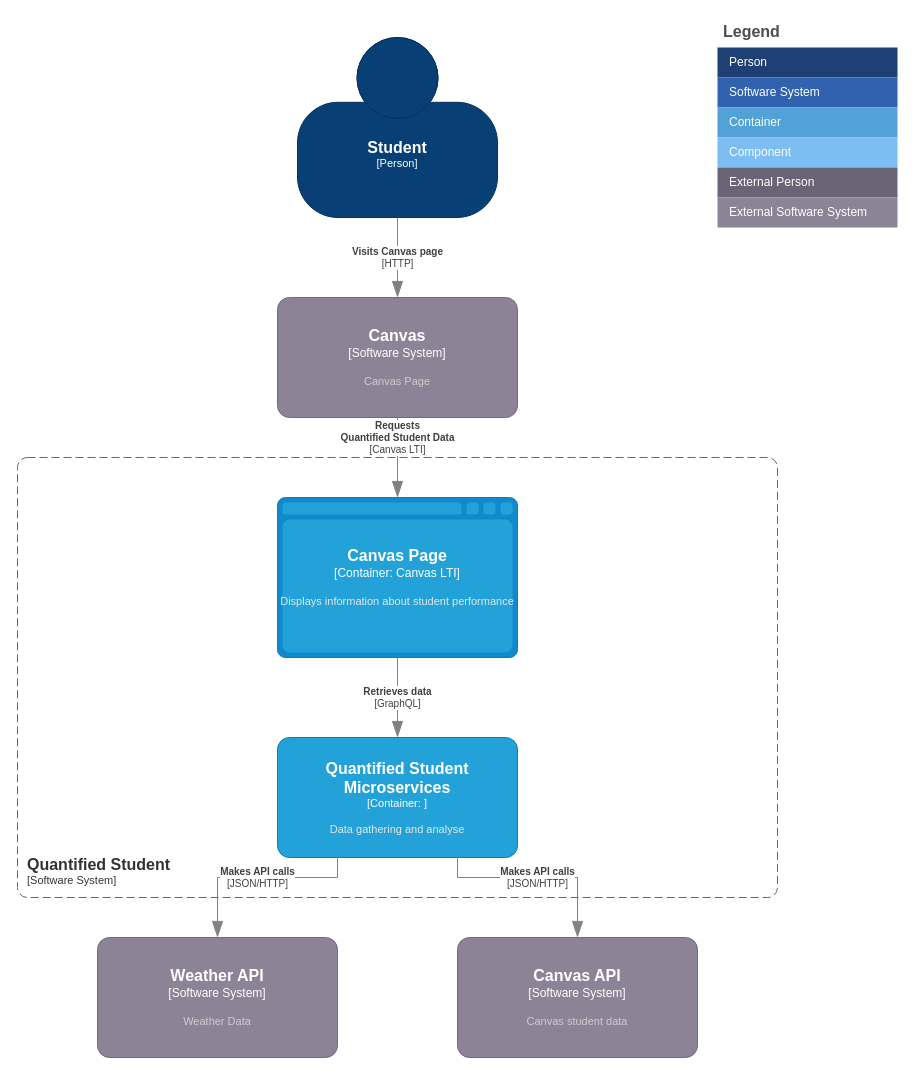
Before: Application Architecture/QSc4_2.drawio in quantifiedstudent/QS-Docs, a draw.io diagram. Source tidied: cells renumbered, new cells numbered last; positions are measured from the earlier drawing's top-left corner, leaving out a move shared by most shapes. Both pictures are drawn from the tidied source at 100%, with x=0, y=0 at pixel (17, 17).
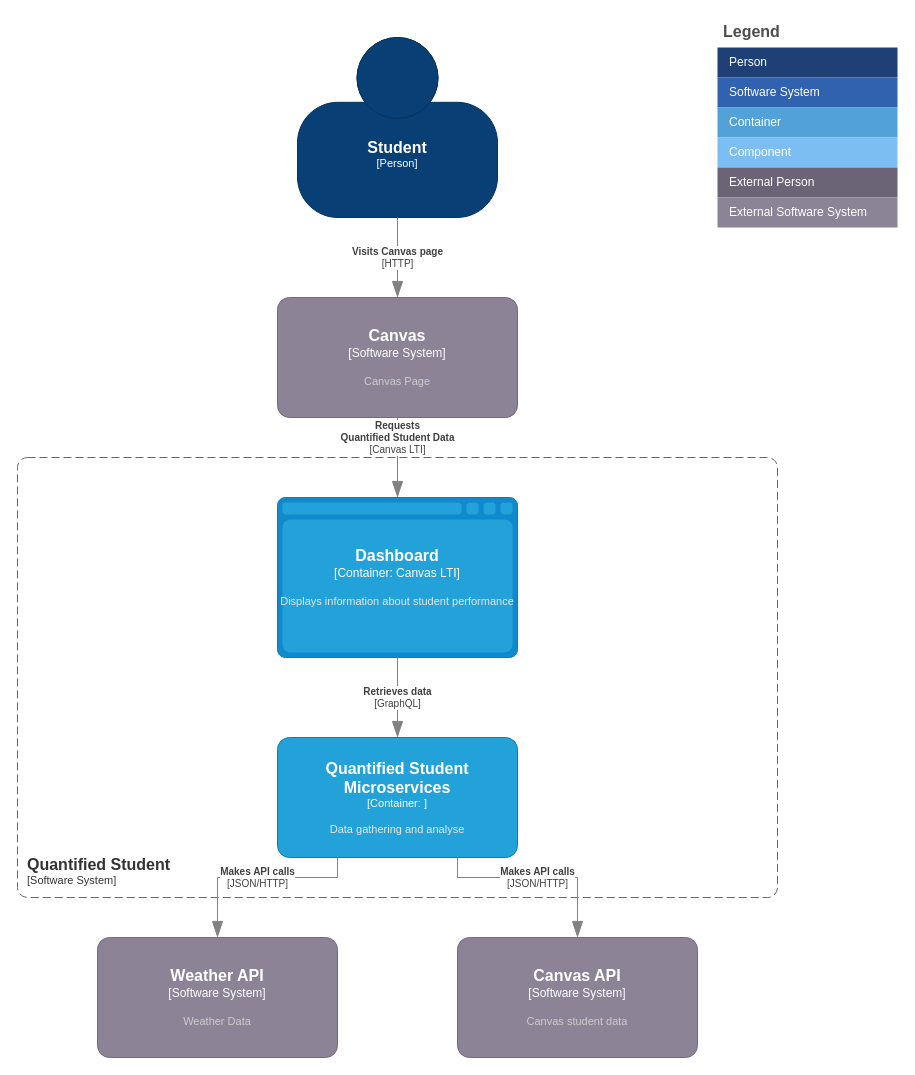
The same page after the edit.

What changed in the source:
```diff
@@
-    <object id="19" label="&lt;font style=&quot;font-size: 16px&quot;&gt;&lt;b&gt;%c4Type%&lt;/b&gt;&lt;/font&gt;&lt;div&gt;[%c4Container%:&amp;nbsp;%c4Technology%]&lt;/div&gt;&lt;br&gt;&lt;div&gt;&lt;font style=&quot;font-size: 11px&quot;&gt;&lt;font color=&quot;#E6E6E6&quot;&gt;%c4Description%&lt;/font&gt;&lt;/div&gt;" c4Container="Container" c4Description="Displays information about student performance" c4Technology="Canvas LTI" c4Type="Canvas Page" placeholders="1">
+    <object id="19" label="&lt;font style=&quot;font-size: 16px&quot;&gt;&lt;b&gt;%c4Type%&lt;/b&gt;&lt;/font&gt;&lt;div&gt;[%c4Container%:&amp;nbsp;%c4Technology%]&lt;/div&gt;&lt;br&gt;&lt;div&gt;&lt;font style=&quot;font-size: 11px&quot;&gt;&lt;font color=&quot;#E6E6E6&quot;&gt;%c4Description%&lt;/font&gt;&lt;/div&gt;" c4Container="Container" c4Description="Displays information about student performance" c4Technology="Canvas LTI" c4Type="Dashboard" placeholders="1">
       <mxCell style="shape=mxgraph.c4.webBrowserContainer2;whiteSpace=wrap;html=1;boundedLbl=1;rounded=0;labelBackgroundColor=none;strokeColor=#118ACD;fillColor=#23A2D9;strokeColor=#118ACD;strokeColor2=#0E7DAD;fontSize=12;fontColor=#ffffff;align=center;points=[[0.5,0,0],[1,0.25,0],[1,0.5,0],[1,0.75,0],[0.5,1,0],[0,0.75,0],[0,0.5,0],[0,0.25,0]];" parent="1" vertex="1">
         <mxGeometry x="260" y="480" width="240" height="160" as="geometry" />
       </mxCell>
     </object>
```
